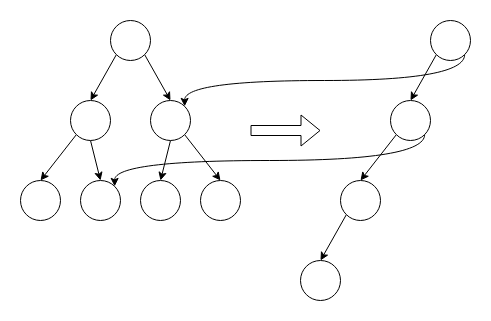
MROS/ntu-thesis keeps this draw.io diagram as images/路徑複製.png. Above is the earlier version. Source tidied: cells renumbered, new cells last; positions are measured from the earlier drawing's top-left corner, leaving out a move shared by most shapes.
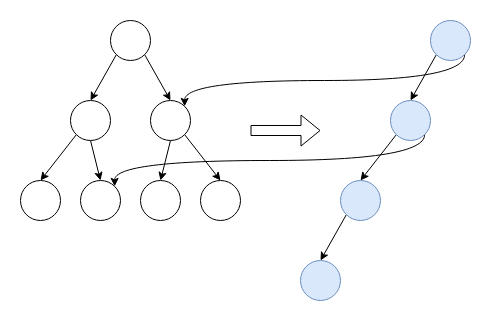
The same file after the commit.

Diff of the diagram source:
```diff
@@ -44,10 +44,10 @@
     <mxCell id="15" style="edgeStyle=none;rounded=0;jettySize=auto;html=1;exitX=0;exitY=1;exitDx=0;exitDy=0;entryX=0.5;entryY=0;entryDx=0;entryDy=0;" parent="1" edge="1" source="16" target="17">
       <mxGeometry relative="1" as="geometry" />
     </mxCell>
-    <mxCell id="16" style="ellipse;whiteSpace=wrap;html=1;" parent="1" vertex="1">
+    <mxCell id="16" style="ellipse;whiteSpace=wrap;html=1;fillColor=#dae8fc;strokeColor=#6c8ebf;" parent="1" vertex="1">
       <mxGeometry x="320" y="160" width="40" height="40" as="geometry" />
     </mxCell>
-    <mxCell id="17" style="ellipse;whiteSpace=wrap;html=1;" parent="1" vertex="1">
+    <mxCell id="17" style="ellipse;whiteSpace=wrap;html=1;fillColor=#dae8fc;strokeColor=#6c8ebf;" parent="1" vertex="1">
       <mxGeometry x="280" y="240" width="40" height="40" as="geometry" />
     </mxCell>
     <mxCell id="18" style="shape=flexArrow;endArrow=classic;html=1;" parent="1" edge="1">
@@ -67,7 +67,7 @@
         </Array>
       </mxGeometry>
     </mxCell>
-    <mxCell id="21" style="ellipse;whiteSpace=wrap;html=1;" parent="1" vertex="1">
+    <mxCell id="21" style="ellipse;whiteSpace=wrap;html=1;fillColor=#dae8fc;strokeColor=#6c8ebf;" parent="1" vertex="1">
       <mxGeometry x="410" width="40" height="40" as="geometry" />
     </mxCell>
     <mxCell id="22" style="edgeStyle=none;rounded=0;jettySize=auto;html=1;exitX=0;exitY=1;exitDx=0;exitDy=0;entryX=0.5;entryY=0;entryDx=0;entryDy=0;" parent="1" edge="1" source="24" target="16">
@@ -81,7 +81,7 @@
         </Array>
       </mxGeometry>
     </mxCell>
-    <mxCell id="24" style="ellipse;whiteSpace=wrap;html=1;" parent="1" vertex="1">
+    <mxCell id="24" style="ellipse;whiteSpace=wrap;html=1;fillColor=#dae8fc;strokeColor=#6c8ebf;" parent="1" vertex="1">
       <mxGeometry x="370" y="80" width="40" height="40" as="geometry" />
     </mxCell>
   </root>
```
